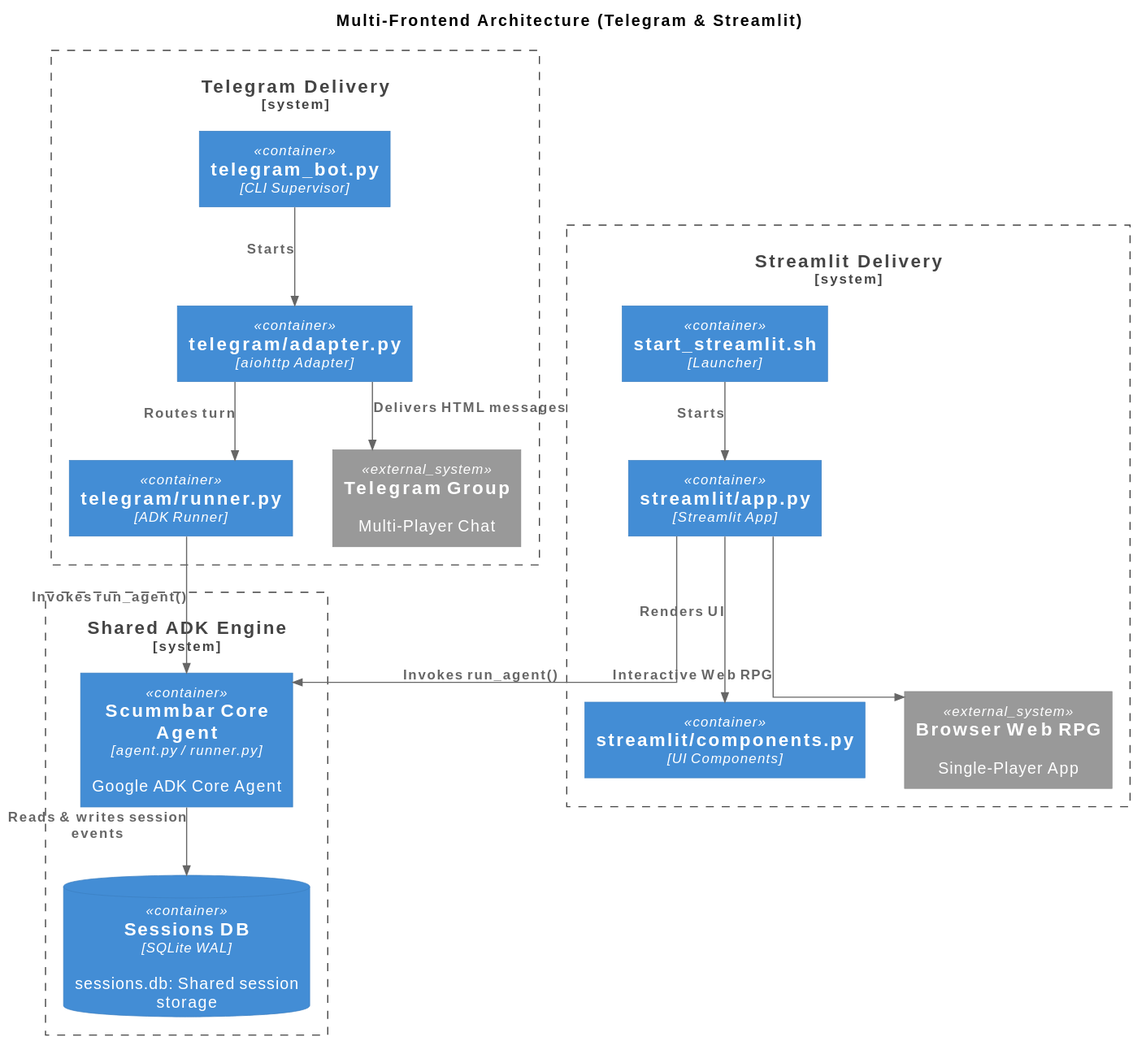
This is assets/multi_frontend_architecture.svg from goldfix/ScummBarAI, a PlantUML export, as it was before one commit. Its diagram source:
```plantuml
@startuml
!include <C4/C4_Container>
skinparam linetype ortho

title Multi-Frontend Architecture (Telegram & Streamlit)

System_Boundary(core_boundary, "Shared ADK Engine") {
    Container(core, "Scummbar Core Agent", "agent.py / runner.py", "Google ADK Core Agent")
    ContainerDb(db, "Sessions DB", "SQLite WAL", "sessions.db: Shared session storage")
    Rel(core, db, "Reads & writes session events")
}

System_Boundary(tg_boundary, "Telegram Delivery") {
    Container(tg_sup, "telegram_bot.py", "CLI Supervisor")
    Container(tg_adapter, "telegram/adapter.py", "aiohttp Adapter")
    Container(tg_runner, "telegram/runner.py", "ADK Runner")
    System_Ext(tg_group, "Telegram Group", "Multi-Player Chat")

    Rel(tg_sup, tg_adapter, "Starts")
    Rel(tg_adapter, tg_runner, "Routes turn")
    Rel(tg_runner, core, "Invokes run_agent()")
    Rel(tg_adapter, tg_group, "Delivers HTML messages")
}

System_Boundary(st_boundary, "Streamlit Delivery") {
    Container(st_sh, "start_streamlit.sh", "Launcher")
    Container(st_app, "streamlit/app.py", "Streamlit App")
    Container(st_comp, "streamlit/components.py", "UI Components")
    System_Ext(st_web, "Browser Web RPG", "Single-Player App")

    Rel(st_sh, st_app, "Starts")
    Rel(st_app, st_comp, "Renders UI")
    Rel(st_app, core, "Invokes run_agent()")
    Rel(st_app, st_web, "Interactive Web RPG")
}
@enduml
```
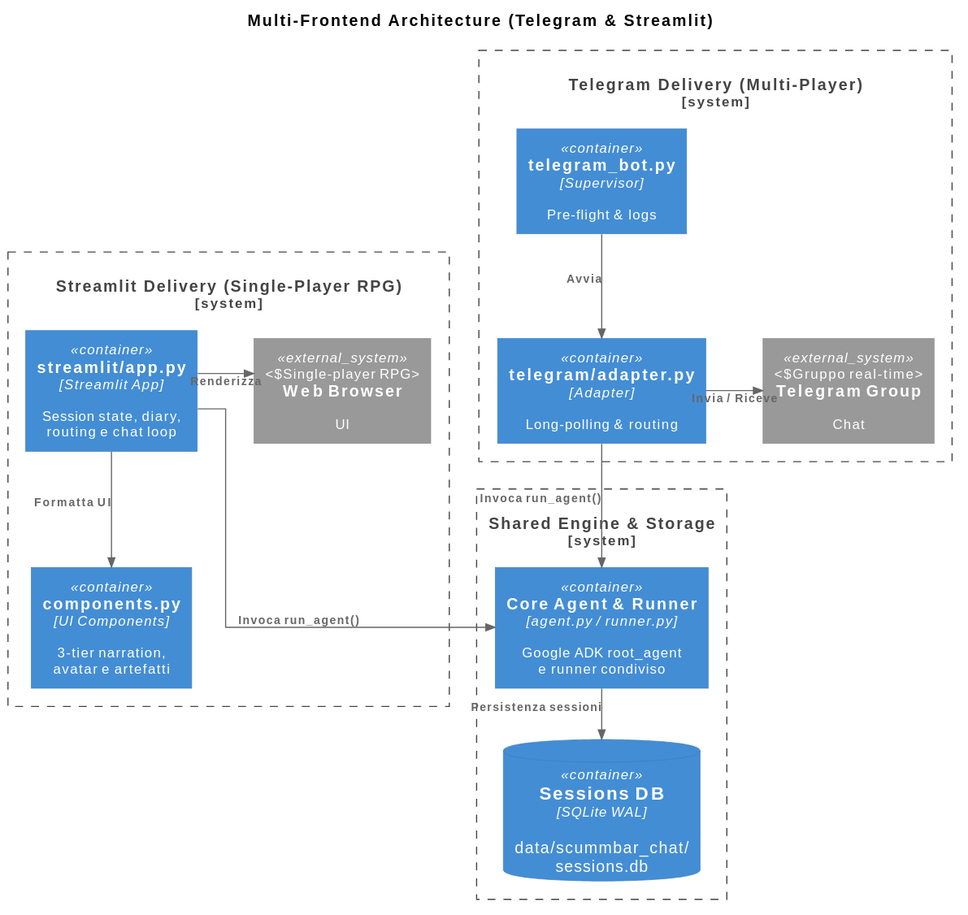
After the change.

Change to the diagram source:
```diff
@@ -1,36 +1,40 @@
 @startuml
 !include <C4/C4_Container>
+
 skinparam linetype ortho
+skinparam nodesep 50
+skinparam ranksep 45
+skinparam rectangleFontSize 12
+skinparam arrowFontSize 10
+skinparam defaultTextAlignment center
+skinparam wrapWidth 180
 
 title Multi-Frontend Architecture (Telegram & Streamlit)
 
-System_Boundary(core_boundary, "Shared ADK Engine") {
-    Container(core, "Scummbar Core Agent", "agent.py / runner.py", "Google ADK Core Agent")
-    ContainerDb(db, "Sessions DB", "SQLite WAL", "sessions.db: Shared session storage")
-    Rel(core, db, "Reads & writes session events")
+System_Boundary(tg_boundary, "Telegram Delivery (Multi-Player)") {
+    Container(tg_sup, "telegram_bot.py", "Supervisor", "Pre-flight & logs")
+    Container(tg_adapter, "telegram/adapter.py", "Adapter", "Long-polling & routing")
+    System_Ext(tg_group, "Telegram Group", "Chat", "Gruppo real-time")
 }
 
-System_Boundary(tg_boundary, "Telegram Delivery") {
-    Container(tg_sup, "telegram_bot.py", "CLI Supervisor")
-    Container(tg_adapter, "telegram/adapter.py", "aiohttp Adapter")
-    Container(tg_runner, "telegram/runner.py", "ADK Runner")
-    System_Ext(tg_group, "Telegram Group", "Multi-Player Chat")
-
-    Rel(tg_sup, tg_adapter, "Starts")
-    Rel(tg_adapter, tg_runner, "Routes turn")
-    Rel(tg_runner, core, "Invokes run_agent()")
-    Rel(tg_adapter, tg_group, "Delivers HTML messages")
+System_Boundary(core_boundary, "Shared Engine & Storage") {
+    Container(core, "Core Agent & Runner", "agent.py / runner.py", "Google ADK root_agent\ne runner condiviso")
+    ContainerDb(db, "Sessions DB", "SQLite WAL", "data/scummbar_chat/\nsessions.db")
 }
 
-System_Boundary(st_boundary, "Streamlit Delivery") {
-    Container(st_sh, "start_streamlit.sh", "Launcher")
-    Container(st_app, "streamlit/app.py", "Streamlit App")
-    Container(st_comp, "streamlit/components.py", "UI Components")
-    System_Ext(st_web, "Browser Web RPG", "Single-Player App")
+System_Boundary(st_boundary, "Streamlit Delivery (Single-Player RPG)") {
+    Container(st_app, "streamlit/app.py", "Streamlit App", "Session state, diary,\nrouting e chat loop")
+    Container(st_comp, "components.py", "UI Components", "3-tier narration,\navatar e artefatti")
+    System_Ext(st_web, "Web Browser", "UI", "Single-player RPG")
+}
 
-    Rel(st_sh, st_app, "Starts")
-    Rel(st_app, st_comp, "Renders UI")
-    Rel(st_app, core, "Invokes run_agent()")
-    Rel(st_app, st_web, "Interactive Web RPG")
-}
+Rel_D(tg_sup, tg_adapter, "Avvia")
+Rel_R(tg_adapter, tg_group, "Invia / Riceve")
+Rel_D(tg_adapter, core, "Invoca run_agent()")
+
+Rel_D(st_app, st_comp, "Formatta UI")
+Rel_R(st_app, st_web, "Renderizza")
+Rel_D(st_app, core, "Invoca run_agent()")
+
+Rel_D(core, db, "Persistenza sessioni")
 @enduml
```
